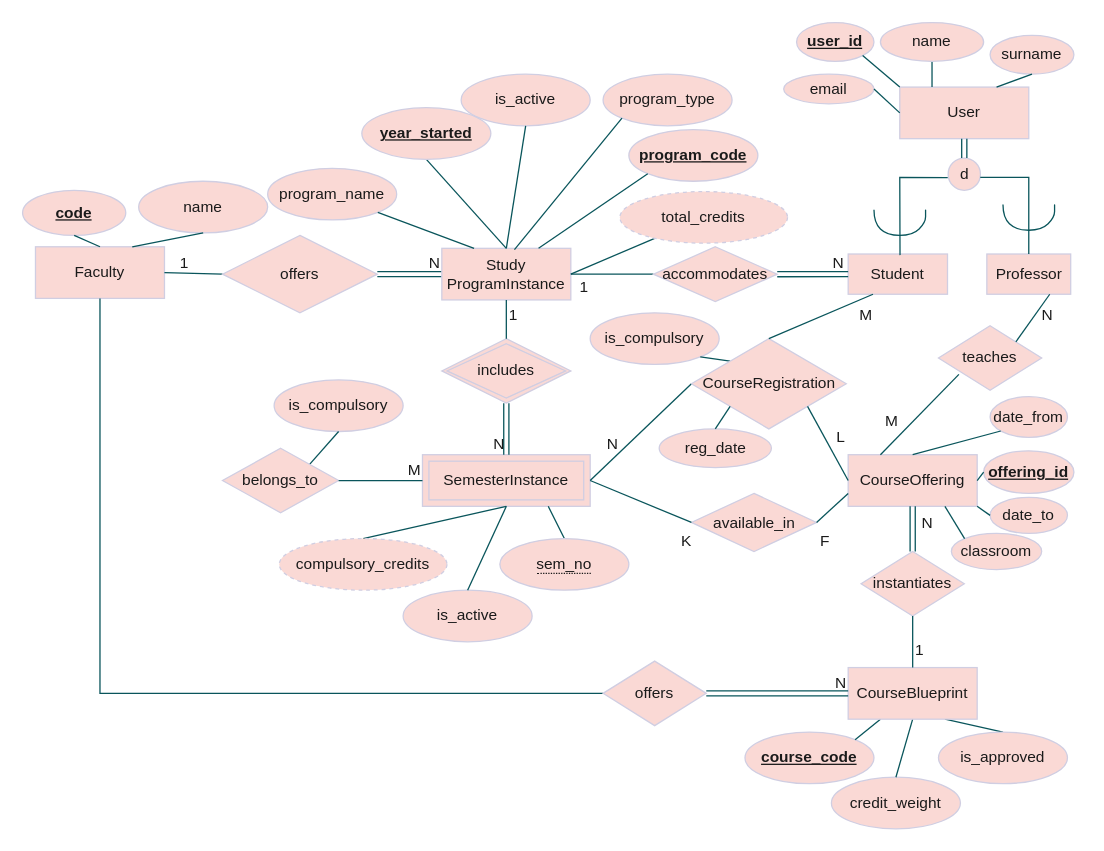
The draw.io diagram DBschema.drawio in dmitru4ok/course-management, before the edit. Source tidied: cells renumbered, new cells numbered last; positions are measured from the earlier drawing's top-left corner, leaving out a move shared by most shapes. Both pictures are drawn from the tidied source at 129%, with x=0, y=0 at pixel (22, 22).
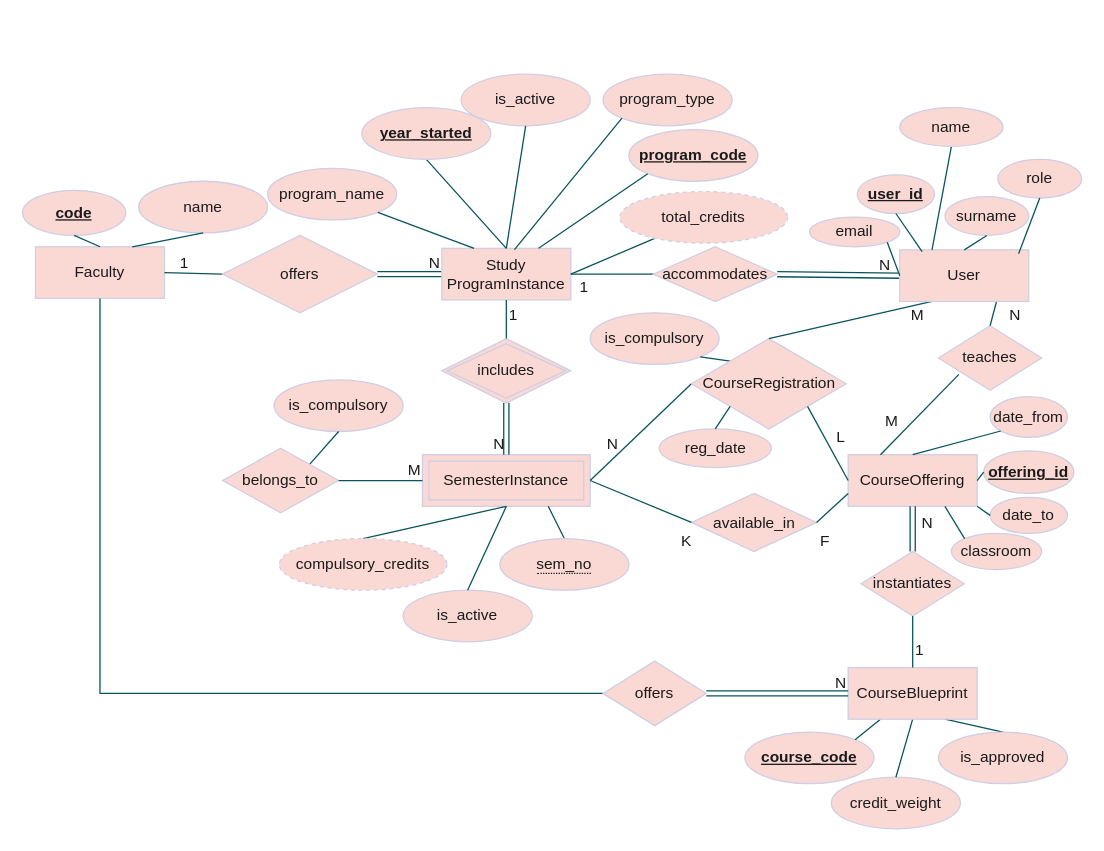
The same diagram, later.

Unchanged cells that the change refers to:
```xml
<mxCell id="46" value="accommodates" style="shape=rhombus;perimeter=rhombusPerimeter;whiteSpace=wrap;html=1;align=center;labelBackgroundColor=none;fillColor=#FAD9D5;strokeColor=#D0CEE2;fontColor=#1A1A1A;" parent="1" vertex="1">
  <mxGeometry x="489" y="173.8" width="96" height="42.5" as="geometry" />
</mxCell>
<mxCell id="55" value="CourseRegistration" style="shape=rhombus;perimeter=rhombusPerimeter;whiteSpace=wrap;html=1;align=center;labelBackgroundColor=none;fillColor=#FAD9D5;strokeColor=#D0CEE2;fontColor=#1A1A1A;" parent="1" vertex="1">
  <mxGeometry x="518.5" y="245" width="120" height="70" as="geometry" />
</mxCell>
<mxCell id="67" value="teaches" style="shape=rhombus;perimeter=rhombusPerimeter;whiteSpace=wrap;html=1;align=center;labelBackgroundColor=none;fillColor=#FAD9D5;strokeColor=#D0CEE2;fontColor=#1A1A1A;" parent="1" vertex="1">
  <mxGeometry x="710" y="235" width="80" height="50" as="geometry" />
</mxCell>
```

The edit, as a diff of the source:
```diff
@@
-    <mxCell id="45" value="Student" style="whiteSpace=wrap;html=1;align=center;labelBackgroundColor=none;fillColor=#FAD9D5;strokeColor=#D0CEE2;fontColor=#1A1A1A;" parent="1" vertex="1">
-      <mxGeometry x="640" y="179.4" width="77" height="31.2" as="geometry" />
-    </mxCell>
@@
-    <mxCell id="47" style="shape=link;html=1;rounded=0;exitX=1;exitY=0.5;exitDx=0;exitDy=0;entryX=0;entryY=0.5;entryDx=0;entryDy=0;labelBackgroundColor=none;fontColor=default;strokeColor=#09555B;" parent="1" edge="1" source="46" target="45">
+    <mxCell id="47" style="shape=link;html=1;rounded=0;exitX=1;exitY=0.5;exitDx=0;exitDy=0;entryX=0;entryY=0.5;entryDx=0;entryDy=0;labelBackgroundColor=none;fontColor=default;strokeColor=#09555B;" parent="1" edge="1" source="46" target="84">
       <mxGeometry relative="1" as="geometry" />
     </mxCell>
     <mxCell id="48" value="N" style="html=1;whiteSpace=wrap;align=right;verticalAlign=bottom;labelBackgroundColor=none;fillColor=#FAD9D5;strokeColor=#D0CEE2;fontColor=#1A1A1A;" parent="47" vertex="1">
       <mxGeometry x="1" relative="1" as="geometry">
-        <mxPoint x="-2" as="offset" />
+        <mxPoint x="-6" as="offset" />
       </mxGeometry>
     </mxCell>
@@
-    <mxCell id="57" style="endArrow=none;html=1;rounded=0;exitX=0.5;exitY=0;exitDx=0;exitDy=0;entryX=0.25;entryY=1;entryDx=0;entryDy=0;labelBackgroundColor=none;fontColor=default;strokeColor=#09555B;" parent="1" edge="1" source="55" target="45">
+    <mxCell id="57" style="endArrow=none;html=1;rounded=0;exitX=0.5;exitY=0;exitDx=0;exitDy=0;entryX=0.25;entryY=1;entryDx=0;entryDy=0;labelBackgroundColor=none;fontColor=default;strokeColor=#09555B;" parent="1" edge="1" source="55" target="84">
       <mxGeometry relative="1" as="geometry" />
     </mxCell>
     <mxCell id="58" value="M" style="html=1;whiteSpace=wrap;align=right;verticalAlign=bottom;labelBackgroundColor=none;fillColor=#FAD9D5;strokeColor=#D0CEE2;fontColor=#1A1A1A;" parent="1" vertex="1">
-      <mxGeometry x="660" y="235" as="geometry" />
+      <mxGeometry x="700" y="235" as="geometry" />
     </mxCell>
@@
-    <mxCell id="60" value="Professor" style="whiteSpace=wrap;html=1;align=center;labelBackgroundColor=none;fillColor=#FAD9D5;strokeColor=#D0CEE2;fontColor=#1A1A1A;" parent="1" vertex="1">
-      <mxGeometry x="747.5" y="179.4" width="65" height="31.2" as="geometry" />
-    </mxCell>
@@
-    <mxCell id="68" style="endArrow=none;html=1;rounded=0;exitX=1;exitY=0;exitDx=0;exitDy=0;entryX=0.75;entryY=1;entryDx=0;entryDy=0;labelBackgroundColor=none;fontColor=default;strokeColor=#09555B;" parent="1" edge="1" source="67" target="60">
+    <mxCell id="68" style="endArrow=none;html=1;rounded=0;exitX=0.5;exitY=0;exitDx=0;exitDy=0;entryX=0.75;entryY=1;entryDx=0;entryDy=0;labelBackgroundColor=none;fontColor=default;strokeColor=#09555B;" parent="1" edge="1" source="67" target="84">
       <mxGeometry relative="1" as="geometry" />
     </mxCell>
@@
     <mxCell id="70" value="N" style="html=1;whiteSpace=wrap;align=right;verticalAlign=bottom;labelBackgroundColor=none;fillColor=#FAD9D5;strokeColor=#D0CEE2;fontColor=#1A1A1A;" parent="1" vertex="1">
-      <mxGeometry x="800" y="235" as="geometry" />
+      <mxGeometry x="775" y="235" as="geometry" />
     </mxCell>
@@
     <mxCell id="84" value="User" style="whiteSpace=wrap;html=1;align=center;labelBackgroundColor=none;fillColor=#FAD9D5;strokeColor=#D0CEE2;fontColor=#1A1A1A;" parent="1" vertex="1">
-      <mxGeometry x="680" y="50" width="100" height="40" as="geometry" />
+      <mxGeometry x="680" y="176.2" width="100" height="40" as="geometry" />
     </mxCell>
-    <mxCell id="85" value="d" style="ellipse;whiteSpace=wrap;html=1;labelBackgroundColor=none;fillColor=#FAD9D5;strokeColor=#D0CEE2;fontColor=#1A1A1A;" parent="1" vertex="1">
-      <mxGeometry x="717.5" y="105" width="25" height="25" as="geometry" />
-    </mxCell>
-    <mxCell id="86" style="shape=link;html=1;rounded=0;exitX=0.5;exitY=1;exitDx=0;exitDy=0;entryX=0.5;entryY=0;entryDx=0;entryDy=0;labelBackgroundColor=none;fontColor=default;strokeColor=#09555B;" parent="1" edge="1" source="84" target="85">
-      <mxGeometry relative="1" as="geometry" />
-    </mxCell>
     <mxCell id="87" value="&lt;b&gt;user_id&lt;/b&gt;" style="ellipse;whiteSpace=wrap;html=1;align=center;fontStyle=4;labelBackgroundColor=none;fillColor=#FAD9D5;strokeColor=#D0CEE2;fontColor=#1A1A1A;" parent="1" vertex="1">
-      <mxGeometry x="600" width="60" height="30" as="geometry" />
+      <mxGeometry x="647" y="118" width="60" height="30" as="geometry" />
     </mxCell>
-    <mxCell id="88" style="endArrow=none;html=1;rounded=0;exitX=0;exitY=0;exitDx=0;exitDy=0;entryX=1;entryY=1;entryDx=0;entryDy=0;labelBackgroundColor=none;fontColor=default;strokeColor=#09555B;" parent="1" edge="1" source="84" target="87">
+    <mxCell id="88" style="endArrow=none;html=1;rounded=0;exitX=0.173;exitY=0.035;exitDx=0;exitDy=0;entryX=0.5;entryY=1;entryDx=0;entryDy=0;labelBackgroundColor=none;fontColor=default;strokeColor=#09555B;exitPerimeter=0;" parent="1" edge="1" source="84" target="87">
       <mxGeometry relative="1" as="geometry" />
     </mxCell>
@@
     <mxCell id="90" value="name" style="ellipse;whiteSpace=wrap;html=1;align=center;labelBackgroundColor=none;fillColor=#FAD9D5;strokeColor=#D0CEE2;fontColor=#1A1A1A;" parent="1" vertex="1">
-      <mxGeometry x="665" width="80" height="30" as="geometry" />
+      <mxGeometry x="680" y="66" width="80" height="30" as="geometry" />
     </mxCell>
     <mxCell id="91" value="surname" style="ellipse;whiteSpace=wrap;html=1;align=center;labelBackgroundColor=none;fillColor=#FAD9D5;strokeColor=#D0CEE2;fontColor=#1A1A1A;" parent="1" vertex="1">
-      <mxGeometry x="750" y="10" width="65" height="30" as="geometry" />
+      <mxGeometry x="715" y="135" width="65" height="30" as="geometry" />
     </mxCell>
-    <mxCell id="92" style="endArrow=none;html=1;rounded=0;exitX=0.75;exitY=0;exitDx=0;exitDy=0;entryX=0.5;entryY=1;entryDx=0;entryDy=0;labelBackgroundColor=none;fontColor=default;strokeColor=#09555B;" parent="1" edge="1" source="84" target="91">
+    <mxCell id="92" style="endArrow=none;html=1;rounded=0;exitX=0.5;exitY=0;exitDx=0;exitDy=0;entryX=0.5;entryY=1;entryDx=0;entryDy=0;labelBackgroundColor=none;fontColor=default;strokeColor=#09555B;" parent="1" edge="1" source="84" target="91">
       <mxGeometry relative="1" as="geometry" />
     </mxCell>
     <mxCell id="93" value="email" style="ellipse;whiteSpace=wrap;html=1;align=center;labelBackgroundColor=none;fillColor=#FAD9D5;strokeColor=#D0CEE2;fontColor=#1A1A1A;" parent="1" vertex="1">
-      <mxGeometry x="590" y="40" width="70" height="23" as="geometry" />
+      <mxGeometry x="610" y="150.8" width="70" height="23" as="geometry" />
     </mxCell>
-    <mxCell id="94" style="endArrow=none;html=1;rounded=0;exitX=0;exitY=0.5;exitDx=0;exitDy=0;entryX=1;entryY=0.5;entryDx=0;entryDy=0;labelBackgroundColor=none;fontColor=default;strokeColor=#09555B;" parent="1" edge="1" source="84" target="93">
+    <mxCell id="94" style="endArrow=none;html=1;rounded=0;exitX=0;exitY=0.5;exitDx=0;exitDy=0;entryX=1;entryY=1;entryDx=0;entryDy=0;labelBackgroundColor=none;fontColor=default;strokeColor=#09555B;" parent="1" edge="1" source="84" target="93">
       <mxGeometry relative="1" as="geometry" />
     </mxCell>
-    <mxCell id="95" style="curved=1;endArrow=none;html=1;rounded=0;labelBackgroundColor=none;fontColor=default;strokeColor=#09555B;" parent="1" edge="1">
-      <mxGeometry relative="1" as="geometry">
-        <mxPoint x="660" y="145" as="sourcePoint" />
-        <mxPoint x="700" y="146" as="targetPoint" />
-        <Array as="points">
-          <mxPoint x="660" y="155" />
-          <mxPoint x="670" y="165" />
-          <mxPoint x="690" y="165" />
-          <mxPoint x="700" y="155" />
-          <mxPoint x="700" y="146" />
-          <mxPoint x="700" y="145" />
-        </Array>
-      </mxGeometry>
-    </mxCell>
-    <mxCell id="96" style="curved=1;endArrow=none;html=1;rounded=0;labelBackgroundColor=none;fontColor=default;strokeColor=#09555B;" parent="1" edge="1">
-      <mxGeometry relative="1" as="geometry">
-        <mxPoint x="760" y="141" as="sourcePoint" />
-        <mxPoint x="800" y="142" as="targetPoint" />
-        <Array as="points">
-          <mxPoint x="760" y="151" />
-          <mxPoint x="770" y="161" />
-          <mxPoint x="790" y="161" />
-          <mxPoint x="800" y="151" />
-          <mxPoint x="800" y="142" />
-          <mxPoint x="800" y="141" />
-        </Array>
-      </mxGeometry>
-    </mxCell>
@@
-    <mxCell id="108" style="endArrow=none;html=1;rounded=0;exitX=0.996;exitY=0.598;exitDx=0;exitDy=0;labelBackgroundColor=none;fontColor=default;strokeColor=#09555B;entryX=0.5;entryY=0;entryDx=0;entryDy=0;exitPerimeter=0;" parent="1" edge="1" source="85" target="60">
-      <mxGeometry relative="1" as="geometry">
-        <Array as="points">
-          <mxPoint x="780" y="120" />
-        </Array>
-      </mxGeometry>
-    </mxCell>
-    <mxCell id="109" style="endArrow=none;html=1;rounded=0;exitX=-0.013;exitY=0.61;exitDx=0;exitDy=0;labelBackgroundColor=none;fontColor=default;strokeColor=#09555B;entryX=0.522;entryY=0.028;entryDx=0;entryDy=0;exitPerimeter=0;entryPerimeter=0;" parent="1" edge="1" source="85" target="45">
-      <mxGeometry relative="1" as="geometry">
-        <Array as="points">
-          <mxPoint x="680" y="120" />
-        </Array>
-      </mxGeometry>
-    </mxCell>
+    <mxCell id="110" value="role" style="ellipse;whiteSpace=wrap;html=1;align=center;labelBackgroundColor=none;fillColor=#FAD9D5;strokeColor=#D0CEE2;fontColor=#1A1A1A;" parent="1" vertex="1">
+      <mxGeometry x="756" y="106" width="65" height="30" as="geometry" />
+    </mxCell>
+    <mxCell id="111" style="endArrow=none;html=1;rounded=0;exitX=0.921;exitY=0.076;exitDx=0;exitDy=0;entryX=0.5;entryY=1;entryDx=0;entryDy=0;labelBackgroundColor=none;fontColor=default;strokeColor=#09555B;exitPerimeter=0;" parent="1" edge="1" source="84" target="110">
+      <mxGeometry relative="1" as="geometry" />
+    </mxCell>
```
